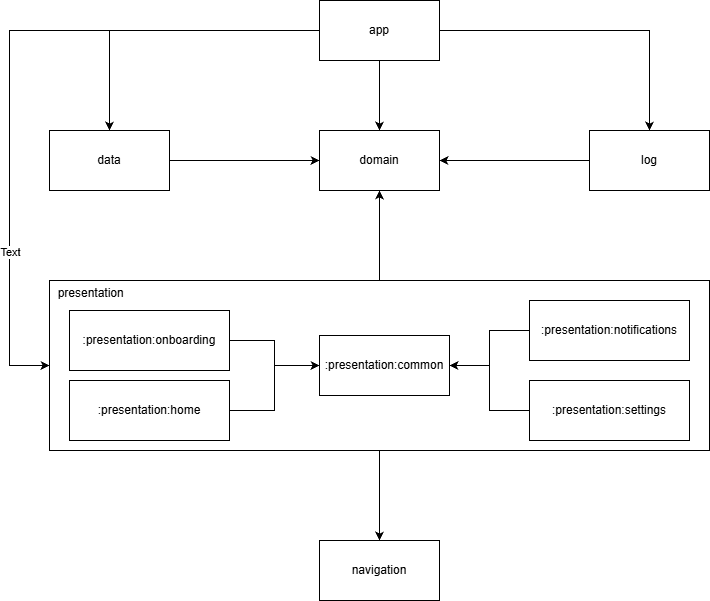
Above: docs/module-dependencies.png in Kurosaki12a1/NotificationFlow (draw.io), before the change. Source tidied: cells renumbered, new cells last; positions are measured from the earlier drawing's top-left corner, leaving out a move shared by most shapes. Its diagram source:
```xml
<mxGraphModel>
  <root>
    <mxCell id="0" />
    <mxCell id="1" parent="0" />
    <mxCell id="2" style="edgeStyle=orthogonalEdgeStyle;rounded=0;jettySize=auto;html=1;entryX=0.5;entryY=0;entryDx=0;entryDy=0;" parent="1" edge="1" source="7" target="8">
      <mxGeometry relative="1" as="geometry" />
    </mxCell>
    <mxCell id="3" style="edgeStyle=orthogonalEdgeStyle;rounded=0;jettySize=auto;html=1;entryX=0.5;entryY=0;entryDx=0;entryDy=0;" parent="1" edge="1" source="7" target="10">
      <mxGeometry relative="1" as="geometry" />
    </mxCell>
    <mxCell id="4" style="edgeStyle=orthogonalEdgeStyle;rounded=0;jettySize=auto;html=1;entryX=0.5;entryY=0;entryDx=0;entryDy=0;" parent="1" edge="1" source="7" target="12">
      <mxGeometry relative="1" as="geometry" />
    </mxCell>
    <mxCell id="5" style="edgeStyle=orthogonalEdgeStyle;rounded=0;jettySize=auto;html=1;entryX=0;entryY=0.5;entryDx=0;entryDy=0;" parent="1" edge="1" source="7" target="15">
      <mxGeometry relative="1" as="geometry">
        <Array as="points">
          <mxPoint y="30" />
          <mxPoint y="365" />
        </Array>
      </mxGeometry>
    </mxCell>
    <mxCell id="6" value="Text" style="edgeLabel;html=1;align=center;verticalAlign=middle;" parent="5" vertex="1">
      <mxGeometry x="0.55" y="1" relative="1" as="geometry">
        <mxPoint x="-1" as="offset" />
      </mxGeometry>
    </mxCell>
    <mxCell id="7" value="app" style="rounded=0;whiteSpace=wrap;html=1;" parent="1" vertex="1">
      <mxGeometry x="310" width="120" height="60" as="geometry" />
    </mxCell>
    <mxCell id="8" value="domain" style="rounded=0;whiteSpace=wrap;html=1;" parent="1" vertex="1">
      <mxGeometry x="310" y="130" width="120" height="60" as="geometry" />
    </mxCell>
    <mxCell id="9" style="edgeStyle=orthogonalEdgeStyle;rounded=0;jettySize=auto;html=1;entryX=0;entryY=0.5;entryDx=0;entryDy=0;" parent="1" edge="1" source="10" target="8">
      <mxGeometry relative="1" as="geometry" />
    </mxCell>
    <mxCell id="10" value="data" style="rounded=0;whiteSpace=wrap;html=1;" parent="1" vertex="1">
      <mxGeometry x="40" y="130" width="120" height="60" as="geometry" />
    </mxCell>
    <mxCell id="11" style="edgeStyle=orthogonalEdgeStyle;rounded=0;jettySize=auto;html=1;entryX=1;entryY=0.5;entryDx=0;entryDy=0;" parent="1" edge="1" source="12" target="8">
      <mxGeometry relative="1" as="geometry" />
    </mxCell>
    <mxCell id="12" value="log" style="rounded=0;whiteSpace=wrap;html=1;" parent="1" vertex="1">
      <mxGeometry x="580" y="130" width="120" height="60" as="geometry" />
    </mxCell>
    <mxCell id="13" value="navigation" style="rounded=0;whiteSpace=wrap;html=1;" parent="1" vertex="1">
      <mxGeometry x="310" y="540" width="120" height="60" as="geometry" />
    </mxCell>
    <mxCell id="14" style="edgeStyle=orthogonalEdgeStyle;rounded=0;jettySize=auto;html=1;entryX=0.5;entryY=1;entryDx=0;entryDy=0;" parent="1" edge="1" source="15" target="8">
      <mxGeometry relative="1" as="geometry" />
    </mxCell>
    <mxCell id="15" value="&amp;nbsp; presentation&lt;div&gt;&lt;br&gt;&lt;/div&gt;&lt;div&gt;&lt;br&gt;&lt;/div&gt;&lt;div&gt;&lt;br&gt;&lt;div&gt;&lt;br&gt;&lt;/div&gt;&lt;div&gt;&lt;br&gt;&lt;/div&gt;&lt;div&gt;&lt;br&gt;&lt;/div&gt;&lt;div&gt;&lt;br&gt;&lt;/div&gt;&lt;div&gt;&lt;br&gt;&lt;/div&gt;&lt;div&gt;&lt;br&gt;&lt;/div&gt;&lt;div&gt;&lt;br&gt;&lt;/div&gt;&lt;/div&gt;" style="rounded=0;whiteSpace=wrap;html=1;align=left;fillColor=none;" parent="1" vertex="1">
      <mxGeometry x="40" y="280" width="660" height="170" as="geometry" />
    </mxCell>
    <mxCell id="16" value=":presentation:common" style="rounded=0;whiteSpace=wrap;html=1;" parent="1" vertex="1">
      <mxGeometry x="310" y="335" width="130" height="60" as="geometry" />
    </mxCell>
    <mxCell id="17" style="edgeStyle=orthogonalEdgeStyle;rounded=0;jettySize=auto;html=1;" parent="1" edge="1" source="18" target="16">
      <mxGeometry relative="1" as="geometry" />
    </mxCell>
    <mxCell id="18" value=":presentation:onboarding" style="rounded=0;whiteSpace=wrap;html=1;" parent="1" vertex="1">
      <mxGeometry x="60" y="310" width="160" height="60" as="geometry" />
    </mxCell>
    <mxCell id="19" style="edgeStyle=orthogonalEdgeStyle;rounded=0;jettySize=auto;html=1;" parent="1" edge="1" source="20" target="16">
      <mxGeometry relative="1" as="geometry" />
    </mxCell>
    <mxCell id="20" value=":presentation:home" style="rounded=0;whiteSpace=wrap;html=1;" parent="1" vertex="1">
      <mxGeometry x="60" y="380" width="160" height="60" as="geometry" />
    </mxCell>
    <mxCell id="21" style="edgeStyle=orthogonalEdgeStyle;rounded=0;jettySize=auto;html=1;" parent="1" edge="1" source="22" target="16">
      <mxGeometry relative="1" as="geometry" />
    </mxCell>
    <mxCell id="22" value=":presentation:notifications" style="rounded=0;whiteSpace=wrap;html=1;" parent="1" vertex="1">
      <mxGeometry x="520" y="300" width="160" height="60" as="geometry" />
    </mxCell>
    <mxCell id="23" style="edgeStyle=orthogonalEdgeStyle;rounded=0;jettySize=auto;html=1;" parent="1" edge="1" source="24" target="16">
      <mxGeometry relative="1" as="geometry" />
    </mxCell>
    <mxCell id="24" value=":presentation:settings" style="rounded=0;whiteSpace=wrap;html=1;" parent="1" vertex="1">
      <mxGeometry x="520" y="380" width="160" height="60" as="geometry" />
    </mxCell>
    <mxCell id="25" style="edgeStyle=orthogonalEdgeStyle;rounded=0;jettySize=auto;html=1;entryX=0.5;entryY=0;entryDx=0;entryDy=0;" parent="1" edge="1" source="15" target="13">
      <mxGeometry relative="1" as="geometry" />
    </mxCell>
  </root>
</mxGraphModel>
```
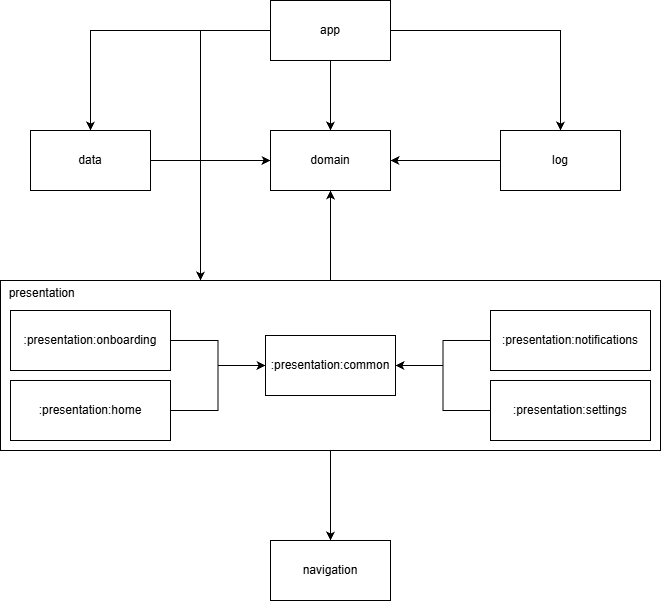
Above is the later version.

What changed in the source:
```diff
@@ -1,4 +1,4 @@
-<mxGraphModel>
+<mxGraphModel background="#FFFFFF">
   <root>
     <mxCell id="0" />
     <mxCell id="1" parent="0" />
@@ -11,75 +11,71 @@
     <mxCell id="4" style="edgeStyle=orthogonalEdgeStyle;rounded=0;jettySize=auto;html=1;entryX=0.5;entryY=0;entryDx=0;entryDy=0;" parent="1" edge="1" source="7" target="12">
       <mxGeometry relative="1" as="geometry" />
     </mxCell>
-    <mxCell id="5" style="edgeStyle=orthogonalEdgeStyle;rounded=0;jettySize=auto;html=1;entryX=0;entryY=0.5;entryDx=0;entryDy=0;" parent="1" edge="1" source="7" target="15">
-      <mxGeometry relative="1" as="geometry">
-        <Array as="points">
-          <mxPoint y="30" />
-          <mxPoint y="365" />
-        </Array>
-      </mxGeometry>
-    </mxCell>
-    <mxCell id="6" value="Text" style="edgeLabel;html=1;align=center;verticalAlign=middle;" parent="5" vertex="1">
-      <mxGeometry x="0.55" y="1" relative="1" as="geometry">
-        <mxPoint x="-1" as="offset" />
-      </mxGeometry>
-    </mxCell>
     <mxCell id="7" value="app" style="rounded=0;whiteSpace=wrap;html=1;" parent="1" vertex="1">
-      <mxGeometry x="310" width="120" height="60" as="geometry" />
+      <mxGeometry x="360" width="120" height="60" as="geometry" />
     </mxCell>
     <mxCell id="8" value="domain" style="rounded=0;whiteSpace=wrap;html=1;" parent="1" vertex="1">
-      <mxGeometry x="310" y="130" width="120" height="60" as="geometry" />
+      <mxGeometry x="360" y="130" width="120" height="60" as="geometry" />
     </mxCell>
     <mxCell id="9" style="edgeStyle=orthogonalEdgeStyle;rounded=0;jettySize=auto;html=1;entryX=0;entryY=0.5;entryDx=0;entryDy=0;" parent="1" edge="1" source="10" target="8">
       <mxGeometry relative="1" as="geometry" />
     </mxCell>
     <mxCell id="10" value="data" style="rounded=0;whiteSpace=wrap;html=1;" parent="1" vertex="1">
-      <mxGeometry x="40" y="130" width="120" height="60" as="geometry" />
+      <mxGeometry x="120" y="130" width="120" height="60" as="geometry" />
     </mxCell>
     <mxCell id="11" style="edgeStyle=orthogonalEdgeStyle;rounded=0;jettySize=auto;html=1;entryX=1;entryY=0.5;entryDx=0;entryDy=0;" parent="1" edge="1" source="12" target="8">
       <mxGeometry relative="1" as="geometry" />
     </mxCell>
     <mxCell id="12" value="log" style="rounded=0;whiteSpace=wrap;html=1;" parent="1" vertex="1">
-      <mxGeometry x="580" y="130" width="120" height="60" as="geometry" />
+      <mxGeometry x="590" y="130" width="120" height="60" as="geometry" />
     </mxCell>
     <mxCell id="13" value="navigation" style="rounded=0;whiteSpace=wrap;html=1;" parent="1" vertex="1">
-      <mxGeometry x="310" y="540" width="120" height="60" as="geometry" />
+      <mxGeometry x="360" y="540" width="120" height="60" as="geometry" />
     </mxCell>
     <mxCell id="14" style="edgeStyle=orthogonalEdgeStyle;rounded=0;jettySize=auto;html=1;entryX=0.5;entryY=1;entryDx=0;entryDy=0;" parent="1" edge="1" source="15" target="8">
       <mxGeometry relative="1" as="geometry" />
     </mxCell>
     <mxCell id="15" value="&amp;nbsp; presentation&lt;div&gt;&lt;br&gt;&lt;/div&gt;&lt;div&gt;&lt;br&gt;&lt;/div&gt;&lt;div&gt;&lt;br&gt;&lt;div&gt;&lt;br&gt;&lt;/div&gt;&lt;div&gt;&lt;br&gt;&lt;/div&gt;&lt;div&gt;&lt;br&gt;&lt;/div&gt;&lt;div&gt;&lt;br&gt;&lt;/div&gt;&lt;div&gt;&lt;br&gt;&lt;/div&gt;&lt;div&gt;&lt;br&gt;&lt;/div&gt;&lt;div&gt;&lt;br&gt;&lt;/div&gt;&lt;/div&gt;" style="rounded=0;whiteSpace=wrap;html=1;align=left;fillColor=none;" parent="1" vertex="1">
-      <mxGeometry x="40" y="280" width="660" height="170" as="geometry" />
+      <mxGeometry x="90" y="280" width="660" height="170" as="geometry" />
     </mxCell>
     <mxCell id="16" value=":presentation:common" style="rounded=0;whiteSpace=wrap;html=1;" parent="1" vertex="1">
-      <mxGeometry x="310" y="335" width="130" height="60" as="geometry" />
+      <mxGeometry x="355" y="335" width="130" height="60" as="geometry" />
     </mxCell>
     <mxCell id="17" style="edgeStyle=orthogonalEdgeStyle;rounded=0;jettySize=auto;html=1;" parent="1" edge="1" source="18" target="16">
       <mxGeometry relative="1" as="geometry" />
     </mxCell>
     <mxCell id="18" value=":presentation:onboarding" style="rounded=0;whiteSpace=wrap;html=1;" parent="1" vertex="1">
-      <mxGeometry x="60" y="310" width="160" height="60" as="geometry" />
+      <mxGeometry x="100" y="310" width="160" height="60" as="geometry" />
     </mxCell>
     <mxCell id="19" style="edgeStyle=orthogonalEdgeStyle;rounded=0;jettySize=auto;html=1;" parent="1" edge="1" source="20" target="16">
       <mxGeometry relative="1" as="geometry" />
     </mxCell>
     <mxCell id="20" value=":presentation:home" style="rounded=0;whiteSpace=wrap;html=1;" parent="1" vertex="1">
-      <mxGeometry x="60" y="380" width="160" height="60" as="geometry" />
+      <mxGeometry x="100" y="380" width="160" height="60" as="geometry" />
     </mxCell>
     <mxCell id="21" style="edgeStyle=orthogonalEdgeStyle;rounded=0;jettySize=auto;html=1;" parent="1" edge="1" source="22" target="16">
       <mxGeometry relative="1" as="geometry" />
     </mxCell>
     <mxCell id="22" value=":presentation:notifications" style="rounded=0;whiteSpace=wrap;html=1;" parent="1" vertex="1">
-      <mxGeometry x="520" y="300" width="160" height="60" as="geometry" />
+      <mxGeometry x="580" y="310" width="160" height="60" as="geometry" />
     </mxCell>
     <mxCell id="23" style="edgeStyle=orthogonalEdgeStyle;rounded=0;jettySize=auto;html=1;" parent="1" edge="1" source="24" target="16">
       <mxGeometry relative="1" as="geometry" />
     </mxCell>
     <mxCell id="24" value=":presentation:settings" style="rounded=0;whiteSpace=wrap;html=1;" parent="1" vertex="1">
-      <mxGeometry x="520" y="380" width="160" height="60" as="geometry" />
+      <mxGeometry x="580" y="380" width="160" height="60" as="geometry" />
     </mxCell>
     <mxCell id="25" style="edgeStyle=orthogonalEdgeStyle;rounded=0;jettySize=auto;html=1;entryX=0.5;entryY=0;entryDx=0;entryDy=0;" parent="1" edge="1" source="15" target="13">
       <mxGeometry relative="1" as="geometry" />
     </mxCell>
+    <mxCell id="26" style="edgeStyle=orthogonalEdgeStyle;rounded=0;orthogonalLoop=1;jettySize=auto;html=1;exitX=0.5;exitY=1;exitDx=0;exitDy=0;" parent="1" edge="1" source="8" target="8">
+      <mxGeometry relative="1" as="geometry" />
+    </mxCell>
+    <mxCell id="27" style="endArrow=classic;html=1;rounded=0;" parent="1" edge="1">
+      <mxGeometry relative="1" as="geometry">
+        <mxPoint x="290" y="30" as="sourcePoint" />
+        <mxPoint x="290" y="280" as="targetPoint" />
+      </mxGeometry>
+    </mxCell>
   </root>
 </mxGraphModel>
```
